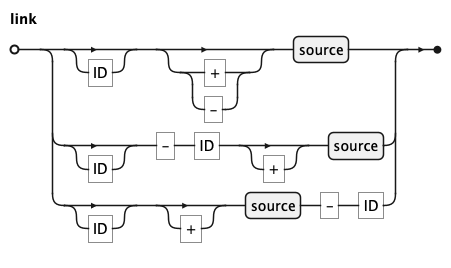
Above: docs/kql/link.png in koryki-java/core (PlantUML), before the change.
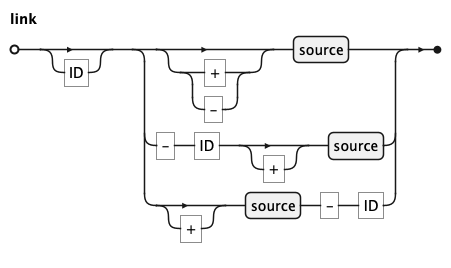
The same file after the commit.

Diff of the diagram source:
```diff
@@ -5,9 +5,9 @@
 
 'title link
 
-link = ["ID"], [("+" | "-")], source
-  | ["ID"], "-", "ID", ["+"], source
-  | ["ID"], ["+"], source, "-", "ID"
+link = ["ID"], ([("+" | "-")], source
+  | "-", "ID", ["+"], source
+  | ["+"], source, "-", "ID")
 ;
 
 @endebnf
```
